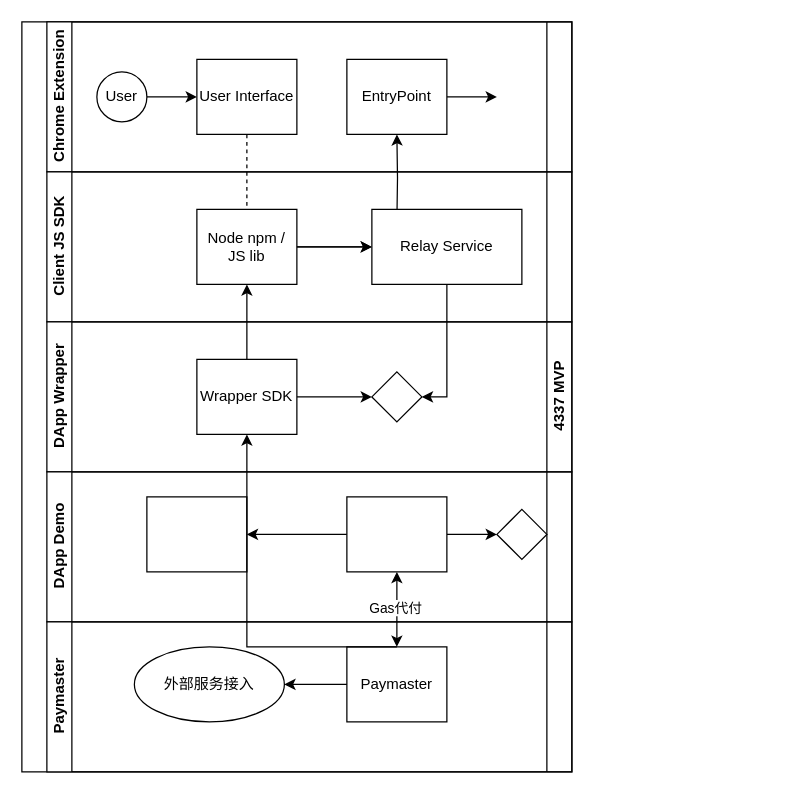
Before: dev-docs/4337-product-architecture.drawio in secret-dev87/smart-contract-wallet-4337, a draw.io diagram. Source tidied: cells renumbered, new cells numbered last; positions are measured from the earlier drawing's top-left corner, leaving out a move shared by most shapes. Both pictures are drawn from the tidied source at 125%, with x=0, y=0 at pixel (21, 21).
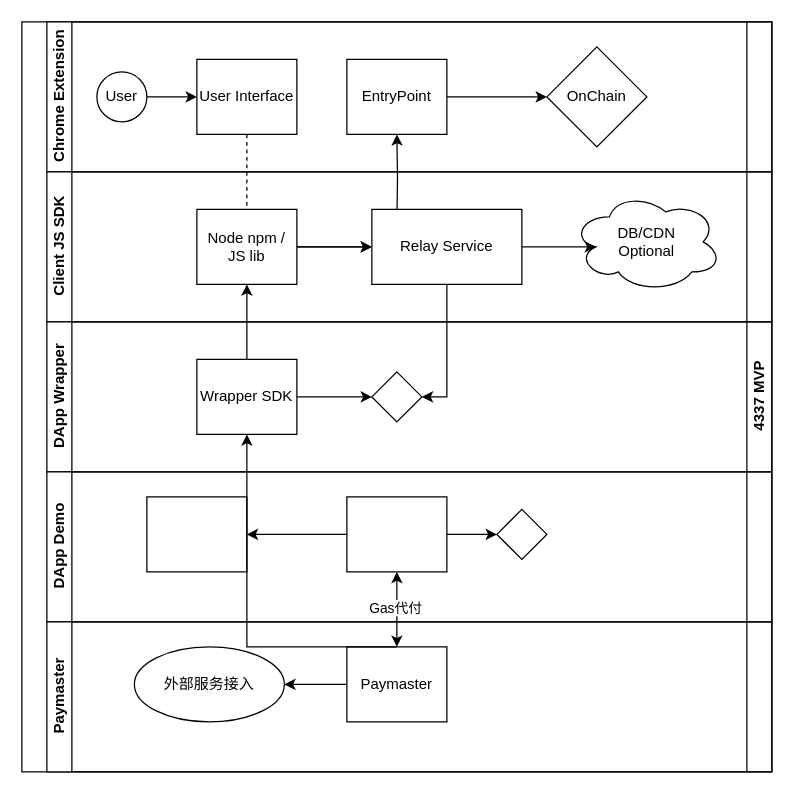
Above is the later version.

Unchanged cells that the change refers to:
```xml
<mxCell id="10" value="EntryPoint" style="rounded=0;whiteSpace=wrap;html=1;fontFamily=Helvetica;fontSize=12;fontColor=#000000;align=center;" parent="5" vertex="1">
  <mxGeometry x="240" y="30" width="80" height="60" as="geometry" />
</mxCell>
<mxCell id="32" value="Relay Service" style="whiteSpace=wrap;html=1;fontColor=#000000;rounded=0;" parent="1" vertex="1">
  <mxGeometry x="280" y="150" width="120" height="60" as="geometry" />
</mxCell>
```

What changed in the source:
```diff
@@
     <mxCell id="2" value="4337 MVP" style="swimlane;html=1;horizontal=0;startSize=20;direction=west;" parent="1" vertex="1">
-      <mxGeometry width="440" height="600" as="geometry" />
+      <mxGeometry width="600" height="600" as="geometry" />
     </mxCell>
@@
     <mxCell id="5" value="Chrome Extension" style="swimlane;html=1;startSize=20;horizontal=0;" parent="2" vertex="1">
-      <mxGeometry x="20" width="420" height="120" as="geometry" />
+      <mxGeometry x="20" width="580" height="120" as="geometry" />
     </mxCell>
@@
-    <mxCell id="9" style="edgeStyle=orthogonalEdgeStyle;rounded=0;jettySize=auto;html=1;endArrow=classic;endFill=1;" parent="5" edge="1" source="10">
-      <mxGeometry relative="1" as="geometry">
-        <mxPoint x="360" y="60" as="targetPoint" />
-      </mxGeometry>
-    </mxCell>
+    <mxCell id="35" style="edgeStyle=orthogonalEdgeStyle;rounded=0;jettySize=auto;html=1;exitX=1;exitY=0.5;exitDx=0;exitDy=0;" parent="5" edge="1" source="10" target="36">
+      <mxGeometry relative="1" as="geometry" />
+    </mxCell>
@@
+    <mxCell id="36" value="OnChain" style="rhombus;whiteSpace=wrap;html=1;fontColor=#000000;rounded=0;" parent="5" vertex="1">
+      <mxGeometry x="400" y="20" width="80" height="80" as="geometry" />
+    </mxCell>
     <mxCell id="11" value="Client JS SDK" style="swimlane;html=1;startSize=20;horizontal=0;" parent="2" vertex="1">
-      <mxGeometry x="20" y="120" width="420" height="120" as="geometry" />
+      <mxGeometry x="20" y="120" width="580" height="120" as="geometry" />
     </mxCell>
@@
+    <mxCell id="37" value="DB/CDN&lt;br&gt;Optional" style="ellipse;shape=cloud;whiteSpace=wrap;html=1;fontColor=#000000;rounded=0;" parent="11" vertex="1">
+      <mxGeometry x="420" y="16" width="120" height="80" as="geometry" />
+    </mxCell>
     <mxCell id="14" value="DApp Wrapper" style="swimlane;html=1;startSize=20;horizontal=0;" parent="2" vertex="1">
-      <mxGeometry x="20" y="240" width="420" height="120" as="geometry" />
+      <mxGeometry x="20" y="240" width="580" height="120" as="geometry" />
     </mxCell>
@@
     <mxCell id="18" value="DApp Demo" style="swimlane;html=1;startSize=20;horizontal=0;" parent="2" vertex="1">
-      <mxGeometry x="20" y="360" width="420" height="120" as="geometry" />
+      <mxGeometry x="20" y="360" width="580" height="120" as="geometry" />
     </mxCell>
@@
     <mxCell id="24" value="Paymaster" style="swimlane;html=1;startSize=20;horizontal=0;" parent="2" vertex="1">
-      <mxGeometry x="20" y="480" width="420" height="120" as="geometry" />
+      <mxGeometry x="20" y="480" width="580" height="120" as="geometry" />
     </mxCell>
@@
+    <mxCell id="38" style="edgeStyle=orthogonalEdgeStyle;rounded=0;jettySize=auto;html=1;entryX=0.16;entryY=0.55;entryDx=0;entryDy=0;entryPerimeter=0;" parent="1" edge="1" source="32" target="37">
+      <mxGeometry relative="1" as="geometry" />
+    </mxCell>
```
